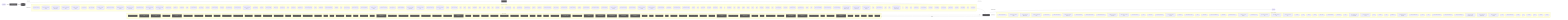
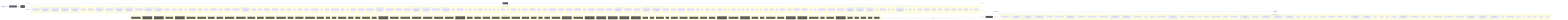
flowchart LR
  UserQ(["👤 User Query"])
  Embed["📐 Embedding Model"]
  VecDB[("📚 Vector Store")]
  Retriever["🔍 Retriever"]
  LLMNode["🧠 LLM / Generator"]
  Output(["✅ Response"])
  UserQ -->|query| Embed
  Embed -->|vector| VecDB
  VecDB -->|top-k chunks| Retriever
  Retriever -->|context + query| LLMNode
  LLMNode -->|generated answer| Output
  subgraph DetectedMemory["Detected memory stores"]
    det_detectedmemory_check_gitbook_readiness_33bdca76[("check-gitbook-readiness")]
    det_detectedmemory_check_steering_feedback_contract_80134459[("check-steering-feedback-contract")]
    det_detectedmemory_prompt_context_drift_validate_runner_c8ecc6f5[("prompt-context-drift-validate-runner")]
    det_detectedmemory_prompt_context_drift_write_runner_69e6a4fd[("prompt-context-drift-write-runner")]
    det_detectedmemory_normalize_workflow_contracts_8701f1c8[("normalize-workflow-contracts")]
    det_detectedmemory_run_harness_evals_77704768[("run-harness-evals")]
    det_detectedmemory_sync_codex_preflight_7e7a8dc2[("sync-codex-preflight")]
    det_detectedmemory_test_harness_upgrade_matrix_84113c4e[("test-harness-upgrade-matrix")]
    det_detectedmemory_validate_prompt_context_drift_8c949ef6[("validate-prompt-context-drift")]
    det_detectedmemory_validate_runtime_packet_schemas_bc3ba8ec[("validate-runtime-packet-schemas")]
    det_detectedmemory_validate_system_prompt_gap_adoption_62d8c955[("validate-system-prompt-gap-adoption")]
    det_detectedmemory_validate_workflow_contracts_33dc063c[("validate-workflow-contracts")]
    det_detectedmemory_write_agent_native_ratchet_report_67cdbeea[("write-agent-native-ratchet-report")]
    det_detectedmemory_write_prompt_context_drift_report_71a4e149[("write-prompt-context-drift-report")]
    det_detectedmemory_branch_protect_core_a8feb0fd[("branch-protect-core")]
    det_detectedmemory_ci_migrate_core_7005b5af[("ci-migrate-core")]
    det_detectedmemory_context_health_80bb7da9[("context-health")]
    det_detectedmemory_context_ea7792a2[("context")]
    det_detectedmemory_docs_gate_classification_2f51c90b[("docs-gate-classification")]
    det_detectedmemory_docs_gate_types_d285abb6[("docs-gate-types")]
    det_detectedmemory_index_context_de3ed39d[("index-context")]
    det_detectedmemory_local_memory_preflight_dcc36c42[("local-memory-preflight")]
    det_detectedmemory_memory_gate_a577a506[("memory-gate")]
    det_detectedmemory_next_orientation_meta_3a6af72b[("next-orientation-meta")]
    det_detectedmemory_next_prompt_context_drift_3c5a93d5[("next-prompt-context-drift")]
    det_detectedmemory_next_recommendation_decisions_03315dd4[("next-recommendation-decisions")]
    det_detectedmemory_next_runner_state_be6fe997[("next-runner-state")]
    det_detectedmemory_next_runner_41643472[("next-runner")]
+     det_detectedmemory_next_synaipse_context_8436b36b[("next-synaipse-context")]
    det_detectedmemory_pattern_scope_siblings_43abe000[("pattern-scope-siblings")]
    det_detectedmemory_review_context_ca6cf81d[("review-context")]
    det_detectedmemory_review_gate_core_4c8001f9[("review-gate-core")]
    det_detectedmemory_search_24193290[("search")]
    det_detectedmemory_session_context_e5ec72c0[("session-context")]
    det_detectedmemory_tooling_audit_core_328d6a41[("tooling-audit-core")]
    det_detectedmemory_run_local_memory_preflight_36e92808[("run-local-memory-preflight")]
    det_detectedmemory_checker_d2d2328e[("checker")]
    det_detectedmemory_context_health_1_ceb11829[("context-health")]
    det_detectedmemory_prompt_context_drift_surface_c1e30b42[("prompt-context-drift-surface")]
    det_detectedmemory_test_fixtures_c2f936b0[("test-fixtures")]
    det_detectedmemory_types_2_d9bc6e7a[("types")]
    det_detectedmemory_branch_protect_sync_570adb18[("branch-protect-sync")]
    det_detectedmemory_builtin_command_specs_ac7d392e[("builtin-command-specs")]
    det_detectedmemory_command_capability_rules_ca3f496a[("command-capability-rules")]
    det_detectedmemory_command_expected_artifacts_6469c2fb[("command-expected-artifacts")]
    det_detectedmemory_command_invocation_effects_fbc96da5[("command-invocation-effects")]
    det_detectedmemory_command_specs_core_1c0ffc99[("command-specs-core")]
    det_detectedmemory_command_visibility_rules_83c6a86a[("command-visibility-rules")]
    det_detectedmemory_local_memory_preflight_command_spec_9e23f3ce[("local-memory-preflight-command-spec")]
    det_detectedmemory_memory_gate_command_spec_dc9001a9[("memory-gate-command-spec")]
    det_detectedmemory_review_gate_command_spec_3187376a[("review-gate-command-spec")]
    det_detectedmemory_session_context_command_spec_973afbb1[("session-context-command-spec")]
    det_detectedmemory_constants_7517017f[("constants")]
    det_detectedmemory_context_compact_policy_3dcaf95d[("context-compact-policy")]
    det_detectedmemory_index_3_7e40d474[("index")]
    det_detectedmemory_indexer_70fa78e5[("indexer")]
    det_detectedmemory_init_error_5c7dd49f[("init-error")]
    det_detectedmemory_lexical_fallback_723e2b3e[("lexical-fallback")]
    det_detectedmemory_ollama_76e3c7bf[("ollama")]
    det_detectedmemory_rollout_a4fa034c[("rollout")]
    det_detectedmemory_sources_878a52fc[("sources")]
    det_detectedmemory_store_824d80d7[("store")]
    det_detectedmemory_sync_contract_c79fa191[("sync-contract")]
    det_detectedmemory_types_8_f6283648[("types")]
    det_detectedmemory_harness_run_context_ac7c77a9[("harness-run-context")]
    det_detectedmemory_index_4_013aa0e3[("index")]
    det_detectedmemory_json_schema_core_96d7e328[("json-schema-core")]
    det_detectedmemory_policy_validators_core_714a3fe7[("policy-validators-core")]
    det_detectedmemory_types_core_e405ddca[("types-core")]
    det_detectedmemory_validator_core_4358f8ba[("validator-core")]
    det_detectedmemory_archive_candidates_scanner_d0931789[("archive-candidates-scanner")]
    det_detectedmemory_archive_candidates_dc0e40e1[("archive-candidates")]
    det_detectedmemory_docs_task_eval_contract_79347457[("docs-task-eval-contract")]
    det_detectedmemory_docs_task_eval_fixtures_44902755[("docs-task-eval-fixtures")]
    det_detectedmemory_init_modes_c05ceb07[("init-modes")]
    det_detectedmemory_project_brain_templates_7ef51530[("project-brain-templates")]
    det_detectedmemory_scaffold_diagram_templates_dd88e83c[("scaffold-diagram-templates")]
    det_detectedmemory_scaffold_doc_templates_f6152330[("scaffold-doc-templates")]
    det_detectedmemory_scaffold_environment_templates_c1ceba6a[("scaffold-environment-templates")]
    det_detectedmemory_scaffold_gitbook_templates_76afd03a[("scaffold-gitbook-templates")]
    det_detectedmemory_scaffold_hook_templates_8c74ab50[("scaffold-hook-templates")]
    det_detectedmemory_scaffold_root_command_templates_404fed7f[("scaffold-root-command-templates")]
    det_detectedmemory_scaffold_script_template_registry_69312d4e[("scaffold-script-template-registry")]
    det_detectedmemory_scaffold_shell_templates_0ad0f915[("scaffold-shell-templates")]
    det_detectedmemory_scaffold_surfaces_12d6494e[("scaffold-surfaces")]
    det_detectedmemory_scaffold_template_registry_b1cce2aa[("scaffold-template-registry")]
    det_detectedmemory_scaffold_workflow_template_92310587[("scaffold-workflow-template")]
    det_detectedmemory_eval_seed_5699fd3e[("eval-seed")]
    det_detectedmemory_index_10_f6785a46[("index")]
    det_detectedmemory_review_context_1_e3afed15[("review-context")]
    det_detectedmemory_memory_gate_1_265164ac[("memory-gate")]
    det_detectedmemory_branch_enforcer_acb749cd[("branch-enforcer")]
    det_detectedmemory_cli_args_5_09ea29f0[("cli-args")]
    det_detectedmemory_cli_7_dc4a9f7f[("cli")]
    det_detectedmemory_metrics_tracker_98cec29c[("metrics-tracker")]
    det_detectedmemory_types_20_071a0112[("types")]
    det_detectedmemory_validator_5_b19ac2be[("validator")]
    det_detectedmemory_classifier_fe1991a9[("classifier")]
    det_detectedmemory_collector_0736fd5b[("collector")]
    det_detectedmemory_context_1_2c2d8aa6[("context")]
    det_detectedmemory_types_22_f3cf4a73[("types")]
    det_detectedmemory_tooling_paths_560ac80d[("tooling-paths")]
    det_detectedmemory_claim_helpers_20dc8387[("claim-helpers")]
    det_detectedmemory_types_26_a5814179[("types")]
    det_detectedmemory_local_memory_smoke_1175abfc[("local-memory-smoke")]
    det_detectedmemory_local_memory_0db17ecc[("local-memory")]
    det_detectedmemory_performance_overload_c685bfcf[("performance-overload")]
    det_detectedmemory_suggestion_generator_0956f794[("suggestion-generator")]
    det_detectedmemory_git_head_7346fd6a[("git-head")]
    det_detectedmemory_index_12_762ec91b[("index")]
    det_detectedmemory_prompt_context_drift_builder_a451c7dd[("prompt-context-drift-builder")]
    det_detectedmemory_prompt_context_drift_report_3257a95c[("prompt-context-drift-report")]
    det_detectedmemory_prompt_context_drift_types_ba6863d4[("prompt-context-drift-types")]
    det_detectedmemory_prompt_context_drift_validation_evidence_21f0336f[("prompt-context-drift-validation-evidence")]
    det_detectedmemory_prompt_context_drift_validation_utils_2285f4ac[("prompt-context-drift-validation-utils")]
    det_detectedmemory_prompt_context_drift_validation_8fc01719[("prompt-context-drift-validation")]
    det_detectedmemory_index_13_97df39c8[("index")]
    det_detectedmemory_prompt_context_receipt_17b862b2[("prompt-context-receipt")]
    det_detectedmemory_types_33_16e22a82[("types")]
    det_detectedmemory_policy_1_fc4198db[("policy")]
    det_detectedmemory_runtime_card_codex_runtime_validation_d8ce9934[("runtime-card-codex-runtime-validation")]
    det_detectedmemory_cli_13_ae2ba749[("cli")]
    det_detectedmemory_collector_1_bc604d2a[("collector")]
    det_detectedmemory_types_36_674380ec[("types")]
    det_detectedmemory_context_contract_aaa6fb53[("context-contract")]
    det_detectedmemory_context_observations_3c057ab7[("context-observations")]
    det_detectedmemory_context_plane_eb195522[("context-plane")]
    det_detectedmemory_context_privacy_d82295ee[("context-privacy")]
    det_detectedmemory_context_projection_e9599558[("context-projection")]
    det_detectedmemory_context_provider_51137c0d[("context-provider")]
    det_detectedmemory_context_task_1d1d0361[("context-task")]
    det_detectedmemory_state_validation_8c9cb007[("state-validation")]
    det_detectedmemory_state_4ba69735[("state")]
    det_detectedmemory_overload_guard_2748c559[("overload-guard")]
  end
  VecDB -. "implemented by" .-> DetectedMemory
  subgraph DetectedLLM["Detected LLM clients"]
    det_detectedllm_check_codex_agent_roles_5bb2e89b["check-codex-agent-roles"]
    det_detectedllm_check_steering_feedback_contract_80134459["check-steering-feedback-contract"]
    det_detectedllm_prompt_context_drift_validate_runner_c8ecc6f5["prompt-context-drift-validate-runner"]
    det_detectedllm_prompt_context_drift_write_runner_69e6a4fd["prompt-context-drift-write-runner"]
    det_detectedllm_run_harness_evals_77704768["run-harness-evals"]
    det_detectedllm_validate_decision_request_2e5c325e["validate-decision-request"]
    det_detectedllm_validate_goal_completion_audit_receipt_100d252c["validate-goal-completion-audit-receipt"]
    det_detectedllm_validate_packaged_skill_5e32c890["validate-packaged-skill"]
    det_detectedllm_validate_prompt_context_drift_8c949ef6["validate-prompt-context-drift"]
    det_detectedllm_validate_reviewer_coverage_251efee3["validate-reviewer-coverage"]
    det_detectedllm_validate_system_prompt_gap_adoption_62d8c955["validate-system-prompt-gap-adoption"]
    det_detectedllm_write_prompt_context_drift_report_71a4e149["write-prompt-context-drift-report"]
    det_detectedllm_check_environment_core_2c16213f["check-environment-core"]
    det_detectedllm_context_ea7792a2["context"]
    det_detectedllm_index_context_de3ed39d["index-context"]
    det_detectedllm_next_prompt_context_drift_3c5a93d5["next-prompt-context-drift"]
    det_detectedllm_next_recommendation_decisions_03315dd4["next-recommendation-decisions"]
    det_detectedllm_prompt_gate_c5e9d207["prompt-gate"]
    det_detectedllm_remediate_runner_helpers_929fedcc["remediate-runner-helpers"]
    det_detectedllm_search_24193290["search"]
    det_detectedllm_context_health_1_ceb11829["context-health"]
    det_detectedllm_prompt_context_drift_surface_c1e30b42["prompt-context-drift-surface"]
    det_detectedllm_test_fixtures_c2f936b0["test-fixtures"]
    det_detectedllm_builtin_command_specs_ac7d392e["builtin-command-specs"]
    det_detectedllm_command_expected_artifacts_6469c2fb["command-expected-artifacts"]
    det_detectedllm_command_specs_core_1c0ffc99["command-specs-core"]
    det_detectedllm_pilot_evaluate_command_spec_1084ea72["pilot-evaluate-command-spec"]
    det_detectedllm_pilot_rollback_command_spec_4fe69f7d["pilot-rollback-command-spec"]
    det_detectedllm_prompt_gate_command_spec_9a941482["prompt-gate-command-spec"]
    det_detectedllm_constants_7517017f["constants"]
    det_detectedllm_index_3_7e40d474["index"]
    det_detectedllm_indexer_70fa78e5["indexer"]
    det_detectedllm_ollama_76e3c7bf["ollama"]
    det_detectedllm_sync_contract_c79fa191["sync-contract"]
    det_detectedllm_north_star_validators_cfc926ce["north-star-validators"]
    det_detectedllm_hilt_boundary_9b36fb15["hilt-boundary"]
    det_detectedllm_types_10_75e5a4a0["types"]
    det_detectedllm_goal_completion_audit_receipt_validation_9d0f4891["goal-completion-audit-receipt-validation"]
    det_detectedllm_goal_completion_audit_receipt_5e4939c3["goal-completion-audit-receipt"]
    det_detectedllm_index_5_522f772a["index"]
    det_detectedllm_constants_1_a84e15f0["constants"]
    det_detectedllm_types_18_37582e2a["types"]
    det_detectedllm_sensitive_text_7c11f760["sensitive-text"]
    det_detectedllm_pr_template_linked_issue_relationship_a7b61f2c["pr-template-linked-issue-relationship"]
    det_detectedllm_pr_template_validator_rules_20a32d6b["pr-template-validator-rules"]
    det_detectedllm_git_head_7346fd6a["git-head"]
    det_detectedllm_index_12_762ec91b["index"]
    det_detectedllm_prompt_context_drift_builder_a451c7dd["prompt-context-drift-builder"]
    det_detectedllm_prompt_context_drift_report_3257a95c["prompt-context-drift-report"]
    det_detectedllm_prompt_context_drift_types_ba6863d4["prompt-context-drift-types"]
    det_detectedllm_prompt_context_drift_validation_evidence_21f0336f["prompt-context-drift-validation-evidence"]
    det_detectedllm_prompt_context_drift_validation_utils_2285f4ac["prompt-context-drift-validation-utils"]
    det_detectedllm_prompt_context_drift_validation_8fc01719["prompt-context-drift-validation"]
    det_detectedllm_index_13_97df39c8["index"]
    det_detectedllm_prompt_context_receipt_17b862b2["prompt-context-receipt"]
    det_detectedllm_cli_args_9_9c136878["cli-args"]
    det_detectedllm_cli_12_01c06c37["cli"]
    det_detectedllm_sections_4697ef32["sections"]
    det_detectedllm_types_29_929d5a70["types"]
    det_detectedllm_validator_7_f836eb0e["validator"]
    det_detectedllm_cli_args_10_861cdd3f["cli-args"]
  end
  LLMNode -. "implemented by" .-> DetectedLLM
  subgraph DetectedTools["Agentic tool calls"]
    det_detectedtools_check_codex_agent_roles_5bb2e89b["🔧 check-codex-agent-roles"]
    det_detectedtools_check_steering_feedback_contract_80134459["🔧 check-steering-feedback-contract"]
    det_detectedtools_check_tooling_baseline_parity_3124b30a["🔧 check-tooling-baseline-parity"]
    det_detectedtools_run_harness_evals_77704768["🔧 run-harness-evals"]
    det_detectedtools_validate_action_review_receipt_fa2f06c3["🔧 validate-action-review-receipt"]
    det_detectedtools_validate_packaged_skill_5e32c890["🔧 validate-packaged-skill"]
    det_detectedtools_validate_replay_packet_f309747e["🔧 validate-replay-packet"]
    det_detectedtools_ci_migrate_core_7005b5af["🔧 ci-migrate-core"]
    det_detectedtools_doctor_checks_5a2eb2b9["🔧 doctor-checks"]
    det_detectedtools_doctor_github_tool_check_e0a938df["🔧 doctor-github-tool-check"]
    det_detectedtools_doctor_github_tool_checks_a53b0382["🔧 doctor-github-tool-checks"]
    det_detectedtools_doctor_tool_checks_4acac51a["🔧 doctor-tool-checks"]
    det_detectedtools_fleet_plan_repo_ecdc6499["🔧 fleet-plan-repo"]
    det_detectedtools_next_blocked_decisions_4140ad2b["🔧 next-blocked-decisions"]
    det_detectedtools_next_pr_closeout_contract_af31d30a["🔧 next-pr-closeout-contract"]
    det_detectedtools_policy_gate_213f7313["🔧 policy-gate"]
    det_detectedtools_remediate_cli_output_cc165396["🔧 remediate-cli-output"]
    det_detectedtools_remediate_runner_helpers_929fedcc["🔧 remediate-runner-helpers"]
    det_detectedtools_review_gate_core_4c8001f9["🔧 review-gate-core"]
    det_detectedtools_index_1bc04b52["🔧 index"]
    det_detectedtools_types_1_4ecdf56e["🔧 types"]
    det_detectedtools_validation_constants_e002a0f6["🔧 validation-constants"]
    det_detectedtools_validation_98c41dcd["🔧 validation"]
    det_detectedtools_checker_d2d2328e["🔧 checker"]
    det_detectedtools_shared_state_policy_edc9c4db["🔧 shared-state-policy"]
    det_detectedtools_cli_args_1_6144b055["🔧 cli-args"]
    det_detectedtools_command_agent_native_capability_rules_b491ef6c["🔧 command-agent-native-capability-rules"]
    det_detectedtools_command_capabilities_a4d5c71e["🔧 command-capabilities"]
    det_detectedtools_command_capability_rules_ca3f496a["🔧 command-capability-rules"]
    det_detectedtools_command_visibility_rules_83c6a86a["🔧 command-visibility-rules"]
    det_detectedtools_linear_command_actions_e430f4f4["🔧 linear-command-actions"]
    det_detectedtools_linear_command_runner_4a740dfc["🔧 linear-command-runner"]
    det_detectedtools_policy_validators_core_714a3fe7["🔧 policy-validators-core"]
    det_detectedtools_shared_state_action_validator_e7b128cd["🔧 shared-state-action-validator"]
    det_detectedtools_types_core_e405ddca["🔧 types-core"]
    det_detectedtools_validator_core_4358f8ba["🔧 validator-core"]
    det_detectedtools_validator_helpers_7b927667["🔧 validator-helpers"]
    det_detectedtools_he_phase_exit_core_1148895b["🔧 he-phase-exit-core"]
    det_detectedtools_environment_runtime_3206f0a8["🔧 environment-runtime"]
    det_detectedtools_observed_skill_usage_ed7d5930["🔧 observed-skill-usage"]
    det_detectedtools_closure_evidence_aaa31467["🔧 closure-evidence"]
    det_detectedtools_pr_creator_dc6b1ea4["🔧 pr-creator"]
    det_detectedtools_client_948fe603["🔧 client"]
    det_detectedtools_init_output_360dce91["🔧 init-output"]
    det_detectedtools_scaffold_ci_templates_2afd6392["🔧 scaffold-ci-templates"]
    det_detectedtools_scaffold_codex_environment_templates_334fbbed["🔧 scaffold-codex-environment-templates"]
    det_detectedtools_scaffold_config_templates_4b80ce53["🔧 scaffold-config-templates"]
    det_detectedtools_scaffold_environment_templates_c1ceba6a["🔧 scaffold-environment-templates"]
    det_detectedtools_scaffold_github_actions_pr_pipeline_renderer_1ee18de5["🔧 scaffold-github-actions-pr-pipeline-renderer"]
    det_detectedtools_scaffold_github_actions_pr_pipeline_template_e2b85f62["🔧 scaffold-github-actions-pr-pipeline-template"]
    det_detectedtools_scaffold_package_command_template_80e32e83["🔧 scaffold-package-command-template"]
    det_detectedtools_scaffold_release_private_npm_template_075499f8["🔧 scaffold-release-private-npm-template"]
    det_detectedtools_constants_1_a84e15f0["🔧 constants"]
    det_detectedtools_index_9_32dd4d91["🔧 index"]
    det_detectedtools_validation_common_6161e48b["🔧 validation-common"]
    det_detectedtools_cli_7_dc4a9f7f["🔧 cli"]
    det_detectedtools_metrics_tracker_98cec29c["🔧 metrics-tracker"]
    det_detectedtools_normalise_renderer_85f2e563["🔧 normalise-renderer"]
    det_detectedtools_evaluation_engine_core_e054fe49["🔧 evaluation-engine-core"]
    det_detectedtools_tooling_baseline_50ab2eeb["🔧 tooling-baseline"]
    det_detectedtools_tooling_paths_560ac80d["🔧 tooling-paths"]
    det_detectedtools_prompt_context_drift_report_3257a95c["🔧 prompt-context-drift-report"]
    det_detectedtools_prompt_context_drift_types_ba6863d4["🔧 prompt-context-drift-types"]
    det_detectedtools_prompt_context_drift_validation_utils_2285f4ac["🔧 prompt-context-drift-validation-utils"]
    det_detectedtools_replay_packet_a1293f88["🔧 replay-packet"]
    det_detectedtools_index_14_d982116c["🔧 index"]
    det_detectedtools_review_lifecycle_contract_e5447221["🔧 review-lifecycle-contract"]
    det_detectedtools_review_lifecycle_89afa64c["🔧 review-lifecycle"]
    det_detectedtools_runtime_card_codex_runtime_validation_d8ce9934["🔧 runtime-card-codex-runtime-validation"]
    det_detectedtools_runtime_card_codex_runtime_0655e230["🔧 runtime-card-codex-runtime"]
    det_detectedtools_runtime_evidence_bundle_d471a232["🔧 runtime-evidence-bundle"]
    det_detectedtools_types_38_e8efcd57["🔧 types"]
    det_detectedtools_transition_contract_0732d034["🔧 transition-contract"]
    det_detectedtools_transition_recovery_validation_e06db55b["🔧 transition-recovery-validation"]
    det_detectedtools_transition_70dd37c1["🔧 transition"]
    det_detectedtools_index_17_642943a2["🔧 index"]
    det_detectedtools_projection_1b250ea1["🔧 projection"]
    det_detectedtools_types_40_c7e41f89["🔧 types"]
    det_detectedtools_validation_8_b9fa10af["🔧 validation"]
  end
  LLMNode -->|tool use| DetectedTools
  DetectedTools -->|result| LLMNode
  classDef memNode fill:#555,color:#fff
  class VecDB,Retriever memNode
  classDef llmNode fill:#555,color:#fff
  class LLMNode,Embed llmNode
  classDef toolNode fill:#555,color:#fff
  class det_detectedtools_check_codex_agent_roles_5bb2e89b,det_detectedtools_check_steering_feedback_contract_80134459,det_detectedtools_check_tooling_baseline_parity_3124b30a,det_detectedtools_run_harness_evals_77704768,det_detectedtools_validate_action_review_receipt_fa2f06c3,det_detectedtools_validate_packaged_skill_5e32c890,det_detectedtools_validate_replay_packet_f309747e,det_detectedtools_ci_migrate_core_7005b5af,det_detectedtools_doctor_checks_5a2eb2b9,det_detectedtools_doctor_github_tool_check_e0a938df,det_detectedtools_doctor_github_tool_checks_a53b0382,det_detectedtools_doctor_tool_checks_4acac51a,det_detectedtools_fleet_plan_repo_ecdc6499,det_detectedtools_next_blocked_decisions_4140ad2b,det_detectedtools_next_pr_closeout_contract_af31d30a,det_detectedtools_policy_gate_213f7313,det_detectedtools_remediate_cli_output_cc165396,det_detectedtools_remediate_runner_helpers_929fedcc,det_detectedtools_review_gate_core_4c8001f9,det_detectedtools_index_1bc04b52,det_detectedtools_types_1_4ecdf56e,det_detectedtools_validation_constants_e002a0f6,det_detectedtools_validation_98c41dcd,det_detectedtools_checker_d2d2328e,det_detectedtools_shared_state_policy_edc9c4db,det_detectedtools_cli_args_1_6144b055,det_detectedtools_command_agent_native_capability_rules_b491ef6c,det_detectedtools_command_capabilities_a4d5c71e,det_detectedtools_command_capability_rules_ca3f496a,det_detectedtools_command_visibility_rules_83c6a86a,det_detectedtools_linear_command_actions_e430f4f4,det_detectedtools_linear_command_runner_4a740dfc,det_detectedtools_policy_validators_core_714a3fe7,det_detectedtools_shared_state_action_validator_e7b128cd,det_detectedtools_types_core_e405ddca,det_detectedtools_validator_core_4358f8ba,det_detectedtools_validator_helpers_7b927667,det_detectedtools_he_phase_exit_core_1148895b,det_detectedtools_environment_runtime_3206f0a8,det_detectedtools_observed_skill_usage_ed7d5930,det_detectedtools_closure_evidence_aaa31467,det_detectedtools_pr_creator_dc6b1ea4,det_detectedtools_client_948fe603,det_detectedtools_init_output_360dce91,det_detectedtools_scaffold_ci_templates_2afd6392,det_detectedtools_scaffold_codex_environment_templates_334fbbed,det_detectedtools_scaffold_config_templates_4b80ce53,det_detectedtools_scaffold_environment_templates_c1ceba6a,det_detectedtools_scaffold_github_actions_pr_pipeline_renderer_1ee18de5,det_detectedtools_scaffold_github_actions_pr_pipeline_template_e2b85f62,det_detectedtools_scaffold_package_command_template_80e32e83,det_detectedtools_scaffold_release_private_npm_template_075499f8,det_detectedtools_constants_1_a84e15f0,det_detectedtools_index_9_32dd4d91,det_detectedtools_validation_common_6161e48b,det_detectedtools_cli_7_dc4a9f7f,det_detectedtools_metrics_tracker_98cec29c,det_detectedtools_normalise_renderer_85f2e563,det_detectedtools_evaluation_engine_core_e054fe49,det_detectedtools_tooling_baseline_50ab2eeb,det_detectedtools_tooling_paths_560ac80d,det_detectedtools_prompt_context_drift_report_3257a95c,det_detectedtools_prompt_context_drift_types_ba6863d4,det_detectedtools_prompt_context_drift_validation_utils_2285f4ac,det_detectedtools_replay_packet_a1293f88,det_detectedtools_index_14_d982116c,det_detectedtools_review_lifecycle_contract_e5447221,det_detectedtools_review_lifecycle_89afa64c,det_detectedtools_runtime_card_codex_runtime_validation_d8ce9934,det_detectedtools_runtime_card_codex_runtime_0655e230,det_detectedtools_runtime_evidence_bundle_d471a232,det_detectedtools_types_38_e8efcd57,det_detectedtools_transition_contract_0732d034,det_detectedtools_transition_recovery_validation_e06db55b,det_detectedtools_transition_70dd37c1,det_detectedtools_index_17_642943a2,det_detectedtools_projection_1b250ea1,det_detectedtools_types_40_c7e41f89,det_detectedtools_validation_8_b9fa10af toolNode
